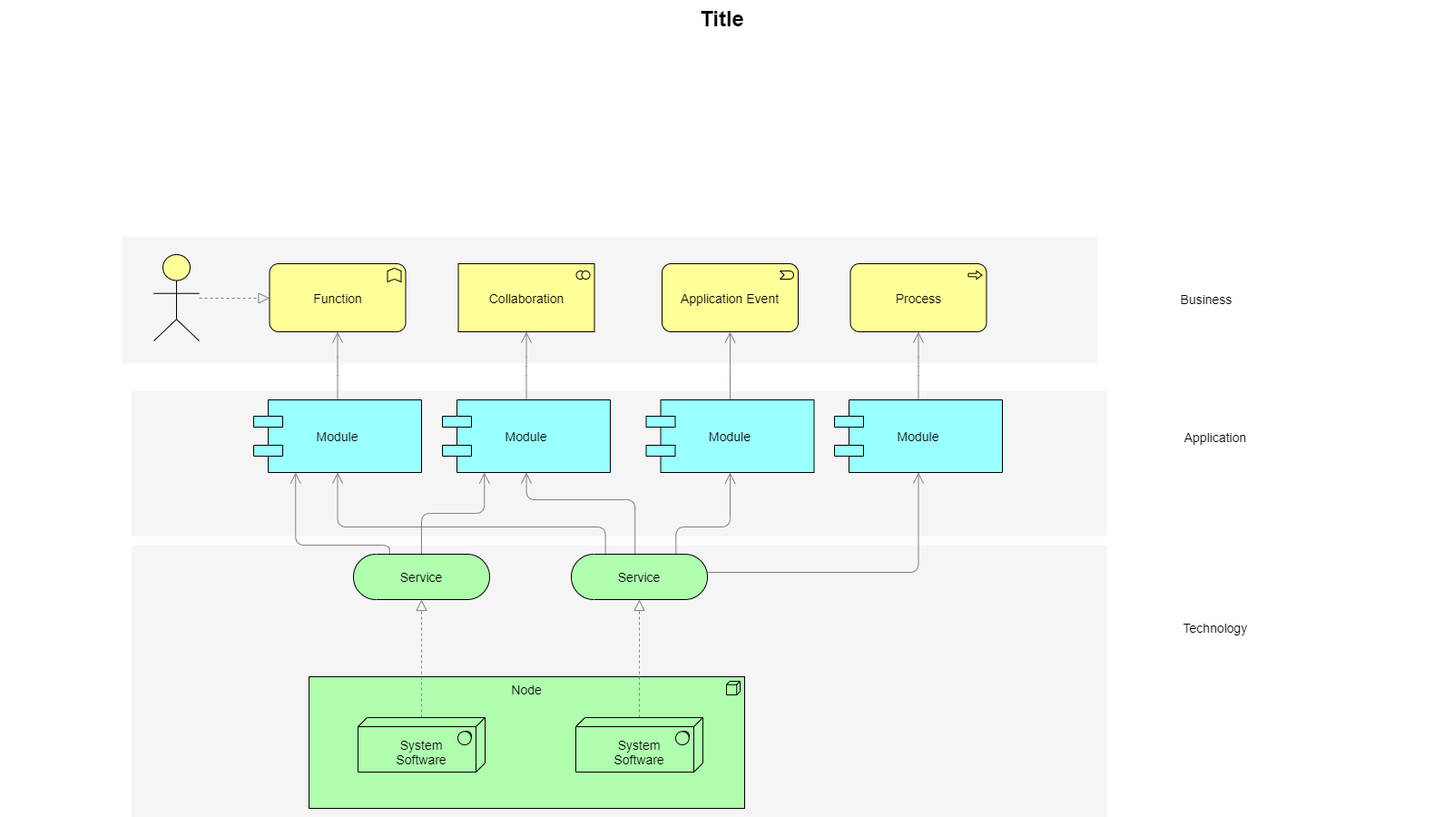
Before: cdos架构图.png, a diagram exported from draw.io (lsdu0/drawio). Source tidied: cells renumbered, new cells last; positions are measured from the earlier drawing's top-left corner, leaving out a move shared by most shapes.
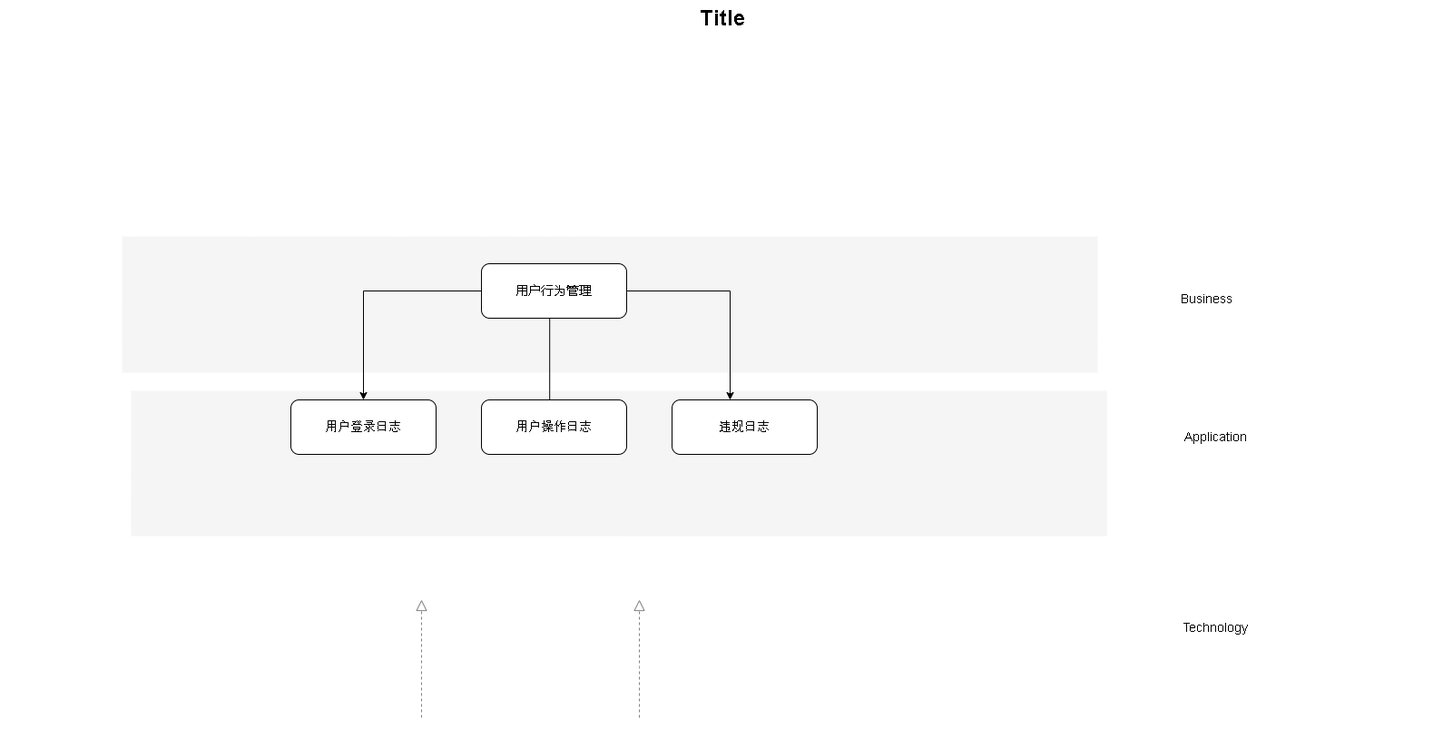
The same diagram one commit later.

Commit message:
用户行为管理-结构图.png

Diff of the diagram source:
```diff
@@ -2,110 +2,34 @@
   <root>
     <mxCell id="0" />
     <mxCell id="1" parent="0" />
-    <mxCell id="2" style="whiteSpace=wrap;html=1;strokeColor=none;strokeWidth=1;fillColor=#f5f5f5;fontSize=14;" parent="1" vertex="1">
-      <mxGeometry x="144" y="600" width="1075" height="300" as="geometry" />
-    </mxCell>
     <mxCell id="3" style="whiteSpace=wrap;html=1;strokeColor=none;strokeWidth=1;fillColor=#f5f5f5;fontSize=14;" parent="1" vertex="1">
       <mxGeometry x="144" y="430" width="1075" height="160" as="geometry" />
     </mxCell>
     <mxCell id="4" style="whiteSpace=wrap;html=1;strokeColor=none;strokeWidth=1;fillColor=#f5f5f5;fontSize=14;" parent="1" vertex="1">
-      <mxGeometry x="134" y="260" width="1075" height="140" as="geometry" />
+      <mxGeometry x="134" y="260" width="1075" height="150" as="geometry" />
     </mxCell>
-    <mxCell id="5" value="Node" style="html=1;whiteSpace=wrap;fillColor=#AFFFAF;shape=mxgraph.archimate3.application;appType=node;archiType=square;fontSize=14;verticalAlign=top;" parent="1" vertex="1">
-      <mxGeometry x="340" y="745" width="480" height="145" as="geometry" />
-    </mxCell>
-    <mxCell id="6" style="edgeStyle=elbowEdgeStyle;rounded=1;elbow=vertical;html=1;startSize=10;endArrow=block;endFill=0;endSize=10;jettySize=auto;strokeColor=#808080;fontSize=14;dashed=1;" parent="1" edge="1" source="7" target="12">
-      <mxGeometry relative="1" as="geometry" />
+    <mxCell id="6" style="edgeStyle=elbowEdgeStyle;rounded=1;elbow=vertical;html=1;startSize=10;endArrow=block;endFill=0;endSize=10;jettySize=auto;orthogonalLoop=1;strokeColor=#808080;fontSize=14;dashed=1;" parent="1" edge="1">
+      <mxGeometry relative="1" as="geometry">
+        <mxPoint x="464" y="790" as="sourcePoint" />
+        <mxPoint x="464" y="660" as="targetPoint" />
+      </mxGeometry>
     </mxCell>
-    <mxCell id="7" value="&lt;div&gt;&lt;br&gt;&lt;/div&gt;System&lt;div&gt;Software&lt;/div&gt;" style="html=1;whiteSpace=wrap;fillColor=#AFFFAF;shape=mxgraph.archimate3.tech;techType=sysSw;fontSize=14;" parent="1" vertex="1">
-      <mxGeometry x="394" y="790" width="140" height="60" as="geometry" />
-    </mxCell>
-    <mxCell id="8" style="edgeStyle=elbowEdgeStyle;rounded=1;elbow=vertical;html=1;startSize=10;endArrow=block;endFill=0;endSize=10;jettySize=auto;strokeColor=#808080;fontSize=14;dashed=1;" parent="1" edge="1" source="9" target="17">
-      <mxGeometry relative="1" as="geometry" />
+    <mxCell id="8" style="edgeStyle=elbowEdgeStyle;rounded=1;elbow=vertical;html=1;startSize=10;endArrow=block;endFill=0;endSize=10;jettySize=auto;orthogonalLoop=1;strokeColor=#808080;fontSize=14;dashed=1;" parent="1" edge="1">
+      <mxGeometry relative="1" as="geometry">
+        <mxPoint x="704" y="790" as="sourcePoint" />
+        <mxPoint x="704" y="660" as="targetPoint" />
+      </mxGeometry>
     </mxCell>
-    <mxCell id="9" value="&lt;div&gt;&lt;br&gt;&lt;/div&gt;&lt;div&gt;&lt;span&gt;System&lt;/span&gt;&lt;div&gt;Software&lt;/div&gt;&lt;/div&gt;" style="html=1;whiteSpace=wrap;fillColor=#AFFFAF;shape=mxgraph.archimate3.tech;techType=sysSw;fontSize=14;" parent="1" vertex="1">
-      <mxGeometry x="634" y="790" width="140" height="60" as="geometry" />
-    </mxCell>
-    <mxCell id="10" style="edgeStyle=elbowEdgeStyle;rounded=1;elbow=vertical;html=1;startSize=10;endArrow=open;endFill=0;endSize=10;jettySize=auto;strokeColor=#808080;fontSize=14;entryX=0.25;entryY=1;" parent="1" edge="1" source="12" target="21">
-      <mxGeometry relative="1" as="geometry" />
-    </mxCell>
-    <mxCell id="11" style="edgeStyle=elbowEdgeStyle;rounded=1;elbow=vertical;html=1;startSize=10;endArrow=open;endFill=0;endSize=10;jettySize=auto;strokeColor=#808080;fontSize=14;entryX=0.25;entryY=1;exitX=0.265;exitY=0.007;exitPerimeter=0;" parent="1" edge="1" source="12" target="19">
-      <mxGeometry relative="1" as="geometry">
-        <Array as="points">
-          <mxPoint x="372" y="600" />
-        </Array>
-      </mxGeometry>
-    </mxCell>
-    <mxCell id="12" value="Service" style="html=1;whiteSpace=wrap;fillColor=#AFFFAF;shape=mxgraph.archimate3.service;fontSize=14;" parent="1" vertex="1">
-      <mxGeometry x="389" y="610" width="150" height="50" as="geometry" />
-    </mxCell>
-    <mxCell id="13" style="edgeStyle=elbowEdgeStyle;rounded=1;elbow=vertical;html=1;startSize=10;endArrow=open;endFill=0;endSize=10;jettySize=auto;strokeColor=#808080;fontSize=14;" parent="1" edge="1" source="17" target="25">
-      <mxGeometry relative="1" as="geometry">
-        <Array as="points">
-          <mxPoint x="859" y="630" />
-        </Array>
-      </mxGeometry>
-    </mxCell>
-    <mxCell id="14" style="edgeStyle=elbowEdgeStyle;rounded=1;elbow=vertical;html=1;startSize=10;endArrow=open;endFill=0;endSize=10;jettySize=auto;strokeColor=#808080;fontSize=14;entryX=0.5;entryY=1;exitX=0.769;exitY=0.025;exitPerimeter=0;" parent="1" edge="1" source="17" target="23">
-      <mxGeometry relative="1" as="geometry">
-        <Array as="points">
-          <mxPoint x="759" y="580" />
-        </Array>
-      </mxGeometry>
-    </mxCell>
-    <mxCell id="15" style="edgeStyle=elbowEdgeStyle;rounded=1;elbow=vertical;html=1;startSize=10;endArrow=open;endFill=0;endSize=10;jettySize=auto;strokeColor=#808080;fontSize=14;entryX=0.5;entryY=1;exitX=0.468;exitY=0.025;exitPerimeter=0;" parent="1" edge="1" source="17" target="21">
-      <mxGeometry relative="1" as="geometry">
-        <Array as="points">
-          <mxPoint x="649" y="550" />
-        </Array>
-      </mxGeometry>
-    </mxCell>
-    <mxCell id="16" style="edgeStyle=elbowEdgeStyle;rounded=1;elbow=vertical;html=1;startSize=10;endArrow=open;endFill=0;endSize=10;jettySize=auto;strokeColor=#808080;fontSize=14;exitX=0.251;exitY=0.002;exitPerimeter=0;" parent="1" edge="1" source="17" target="19">
-      <mxGeometry relative="1" as="geometry">
-        <Array as="points">
-          <mxPoint x="539" y="580" />
-        </Array>
-      </mxGeometry>
-    </mxCell>
-    <mxCell id="17" value="Service" style="html=1;whiteSpace=wrap;fillColor=#AFFFAF;shape=mxgraph.archimate3.service;fontSize=14;" parent="1" vertex="1">
-      <mxGeometry x="629" y="610" width="150" height="50" as="geometry" />
-    </mxCell>
-    <mxCell id="18" style="edgeStyle=elbowEdgeStyle;rounded=1;elbow=vertical;html=1;startSize=10;endArrow=open;endFill=0;endSize=10;jettySize=auto;strokeColor=#808080;fontSize=14;" parent="1" edge="1" source="19" target="26">
-      <mxGeometry relative="1" as="geometry" />
-    </mxCell>
-    <mxCell id="19" value="Module" style="shape=component;align=center;fillColor=#99ffff;gradientColor=none;fontSize=14;" parent="1" vertex="1">
-      <mxGeometry x="279" y="440" width="185" height="80" as="geometry" />
-    </mxCell>
-    <mxCell id="20" style="edgeStyle=elbowEdgeStyle;rounded=1;elbow=vertical;html=1;startSize=10;endArrow=open;endFill=0;endSize=10;jettySize=auto;strokeColor=#808080;fontSize=14;" parent="1" edge="1" source="21" target="27">
-      <mxGeometry relative="1" as="geometry" />
-    </mxCell>
-    <mxCell id="21" value="Module" style="shape=component;align=center;fillColor=#99ffff;gradientColor=none;fontSize=14;" parent="1" vertex="1">
-      <mxGeometry x="487" y="440" width="185" height="80" as="geometry" />
-    </mxCell>
-    <mxCell id="22" style="edgeStyle=elbowEdgeStyle;rounded=1;elbow=vertical;html=1;startSize=10;endArrow=open;endFill=0;endSize=10;jettySize=auto;strokeColor=#808080;fontSize=14;" parent="1" edge="1" source="23" target="28">
-      <mxGeometry relative="1" as="geometry" />
-    </mxCell>
-    <mxCell id="23" value="Module" style="shape=component;align=center;fillColor=#99ffff;gradientColor=none;fontSize=14;" parent="1" vertex="1">
-      <mxGeometry x="711.5" y="440" width="185" height="80" as="geometry" />
-    </mxCell>
-    <mxCell id="24" style="edgeStyle=elbowEdgeStyle;rounded=1;elbow=vertical;html=1;startSize=10;endArrow=open;endFill=0;endSize=10;jettySize=auto;strokeColor=#808080;fontSize=14;" parent="1" edge="1" source="25" target="29">
-      <mxGeometry relative="1" as="geometry" />
-    </mxCell>
-    <mxCell id="25" value="Module" style="shape=component;align=center;fillColor=#99ffff;gradientColor=none;fontSize=14;" parent="1" vertex="1">
-      <mxGeometry x="919" y="440" width="185" height="80" as="geometry" />
-    </mxCell>
-    <mxCell id="26" value="Function" style="html=1;whiteSpace=wrap;fillColor=#ffff99;shape=mxgraph.archimate3.application;appType=func;archiType=rounded;fontSize=14;" parent="1" vertex="1">
-      <mxGeometry x="296.5" y="290" width="150" height="75" as="geometry" />
-    </mxCell>
-    <mxCell id="27" value="Collaboration" style="html=1;whiteSpace=wrap;fillColor=#ffff99;shape=mxgraph.archimate3.application;appType=collab;archiType=square;fontSize=14;" parent="1" vertex="1">
-      <mxGeometry x="504.5" y="290" width="150" height="75" as="geometry" />
-    </mxCell>
-    <mxCell id="28" value="Application Event" style="html=1;whiteSpace=wrap;fillColor=#ffff99;shape=mxgraph.archimate3.application;appType=event;archiType=rounded;fontSize=14;" parent="1" vertex="1">
-      <mxGeometry x="729" y="290" width="150" height="75" as="geometry" />
-    </mxCell>
-    <mxCell id="29" value="Process" style="html=1;whiteSpace=wrap;fillColor=#ffff99;shape=mxgraph.archimate3.application;appType=proc;archiType=rounded;fontSize=14;" parent="1" vertex="1">
-      <mxGeometry x="936.5" y="290" width="150" height="75" as="geometry" />
-    </mxCell>
+    <mxCell id="36" style="edgeStyle=orthogonalEdgeStyle;rounded=0;orthogonalLoop=1;jettySize=auto;html=1;entryX=0.5;entryY=0;entryDx=0;entryDy=0;" parent="1" edge="1">
+      <mxGeometry relative="1" as="geometry">
+        <mxPoint x="642.3" y="345" as="sourcePoint" />
+        <mxPoint x="804" y="440" as="targetPoint" />
+        <Array as="points">
+          <mxPoint x="642" y="320" />
+          <mxPoint x="804" y="320" />
+        </Array>
+      </mxGeometry>
+    </mxCell>
     <mxCell id="30" value="Technology" style="text;html=1;strokeColor=none;fillColor=none;align=center;verticalAlign=middle;whiteSpace=wrap;fontSize=14;" parent="1" vertex="1">
       <mxGeometry x="1219" y="681" width="240" height="20" as="geometry" />
     </mxCell>
@@ -115,14 +39,33 @@
     <mxCell id="32" value="Business" style="text;html=1;strokeColor=none;fillColor=none;align=center;verticalAlign=middle;whiteSpace=wrap;fontSize=14;" parent="1" vertex="1">
       <mxGeometry x="1209" y="319" width="240" height="20" as="geometry" />
     </mxCell>
-    <mxCell id="33" style="edgeStyle=elbowEdgeStyle;rounded=1;elbow=vertical;html=1;dashed=1;startSize=10;endArrow=block;endFill=0;endSize=10;jettySize=auto;strokeColor=#808080;fontSize=14;" parent="1" edge="1" source="34" target="26">
-      <mxGeometry relative="1" as="geometry" />
-    </mxCell>
-    <mxCell id="34" style="html=1;whiteSpace=wrap;fillColor=#ffff99;shape=mxgraph.archimate3.actor;fontSize=14;" parent="1" vertex="1">
-      <mxGeometry x="169" y="280" width="50" height="95" as="geometry" />
-    </mxCell>
     <mxCell id="35" value="Title" style="text;strokeColor=none;fillColor=none;html=1;fontSize=24;fontStyle=1;verticalAlign=middle;align=center;" parent="1" vertex="1">
       <mxGeometry width="1590" height="40" as="geometry" />
     </mxCell>
+    <mxCell id="37" style="edgeStyle=orthogonalEdgeStyle;rounded=0;orthogonalLoop=1;jettySize=auto;html=1;entryX=0.541;entryY=0.038;entryDx=0;entryDy=0;entryPerimeter=0;" parent="1" edge="1">
+      <mxGeometry relative="1" as="geometry">
+        <mxPoint x="605.2" y="350" as="sourcePoint" />
+        <mxPoint x="550" y="448" as="targetPoint" />
+        <Array as="points">
+          <mxPoint x="604.9" y="445" />
+          <mxPoint x="549.9" y="445" />
+        </Array>
+      </mxGeometry>
+    </mxCell>
+    <mxCell id="38" style="edgeStyle=orthogonalEdgeStyle;rounded=0;jettySize=auto;html=1;entryX=0.5;entryY=0;entryDx=0;entryDy=0;" parent="1" edge="1" source="39" target="42">
+      <mxGeometry relative="1" as="geometry" />
+    </mxCell>
+    <mxCell id="39" value="&lt;span style=&quot;font-size: 14px;&quot;&gt;用户行为管理&lt;/span&gt;" style="rounded=1;whiteSpace=wrap;html=1;" parent="1" vertex="1">
+      <mxGeometry x="530" y="290" width="160" height="60" as="geometry" />
+    </mxCell>
+    <mxCell id="40" value="&lt;p class=&quot;MsoNormal&quot;&gt;&lt;span style=&quot;mso-spacerun:'yes';font-family:等线;mso-ascii-font-family:宋体;&lt;br/&gt;mso-hansi-font-family:宋体;mso-bidi-font-family:宋体;font-size:10.5000pt;&lt;br/&gt;mso-font-kerning:0.0000pt;&quot;&gt;违规日志&lt;/span&gt;&lt;/p&gt;" style="rounded=1;whiteSpace=wrap;html=1;" parent="1" vertex="1">
+      <mxGeometry x="740" y="440" width="160" height="60" as="geometry" />
+    </mxCell>
+    <mxCell id="41" value="&lt;p class=&quot;MsoNormal&quot;&gt;&lt;span style=&quot;mso-spacerun:'yes';font-family:等线;mso-ascii-font-family:宋体;&lt;br/&gt;mso-hansi-font-family:宋体;mso-bidi-font-family:宋体;font-size:10.5000pt;&lt;br/&gt;mso-font-kerning:0.0000pt;&quot;&gt;用户操作日志&lt;/span&gt;&lt;/p&gt;" style="rounded=1;whiteSpace=wrap;html=1;" parent="1" vertex="1">
+      <mxGeometry x="530" y="440" width="160" height="60" as="geometry" />
+    </mxCell>
+    <mxCell id="42" value="&lt;p class=&quot;MsoNormal&quot;&gt;&lt;span style=&quot;mso-spacerun:'yes';font-family:等线;mso-ascii-font-family:宋体;&lt;br/&gt;mso-hansi-font-family:宋体;mso-bidi-font-family:宋体;font-size:10.5000pt;&lt;br/&gt;mso-font-kerning:0.0000pt;&quot;&gt;用户登录日志&lt;/span&gt;&lt;/p&gt;" style="rounded=1;whiteSpace=wrap;html=1;" parent="1" vertex="1">
+      <mxGeometry x="320" y="440" width="160" height="60" as="geometry" />
+    </mxCell>
   </root>
 </mxGraphModel>
```
